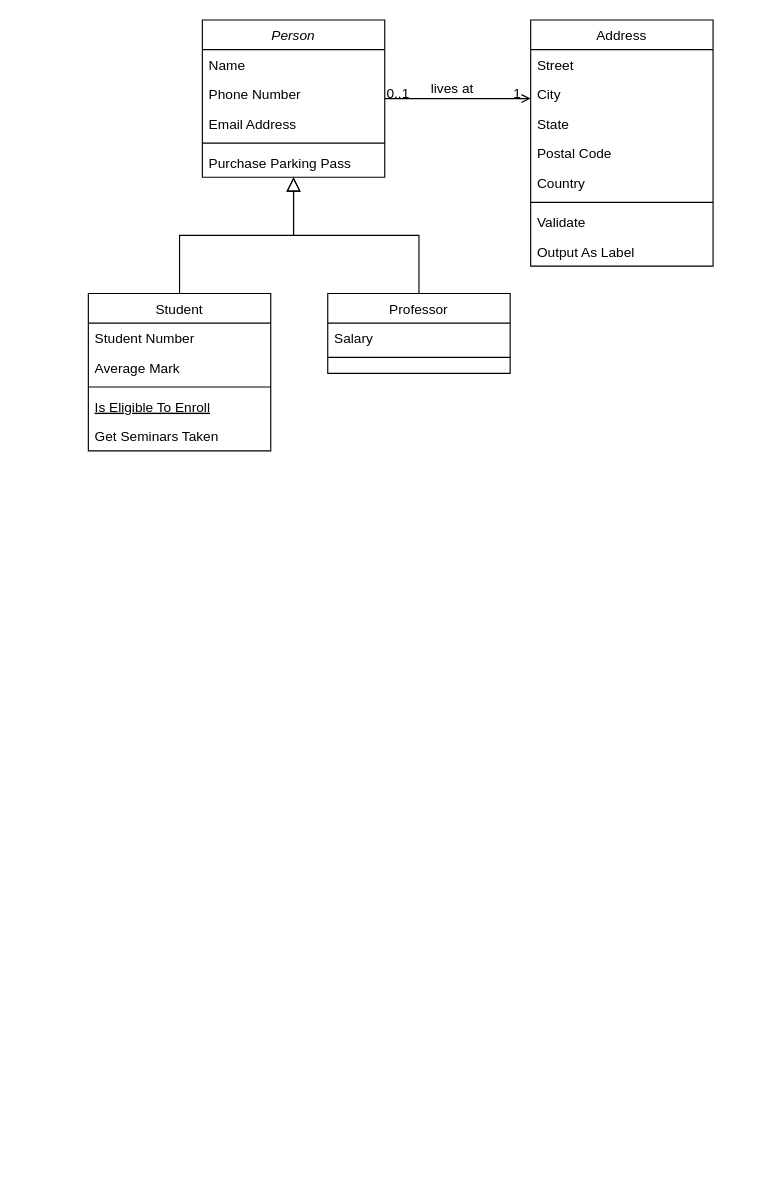
Above: UML_241031.drawio in haje-hwang/TCP-IPING (draw.io), before the change. Source tidied: cells renumbered, new cells numbered last; positions are measured from the earlier drawing's top-left corner, leaving out a move shared by most shapes. Both pictures are drawn from the tidied source at 114%, with x=0, y=0 at pixel (88, 19).
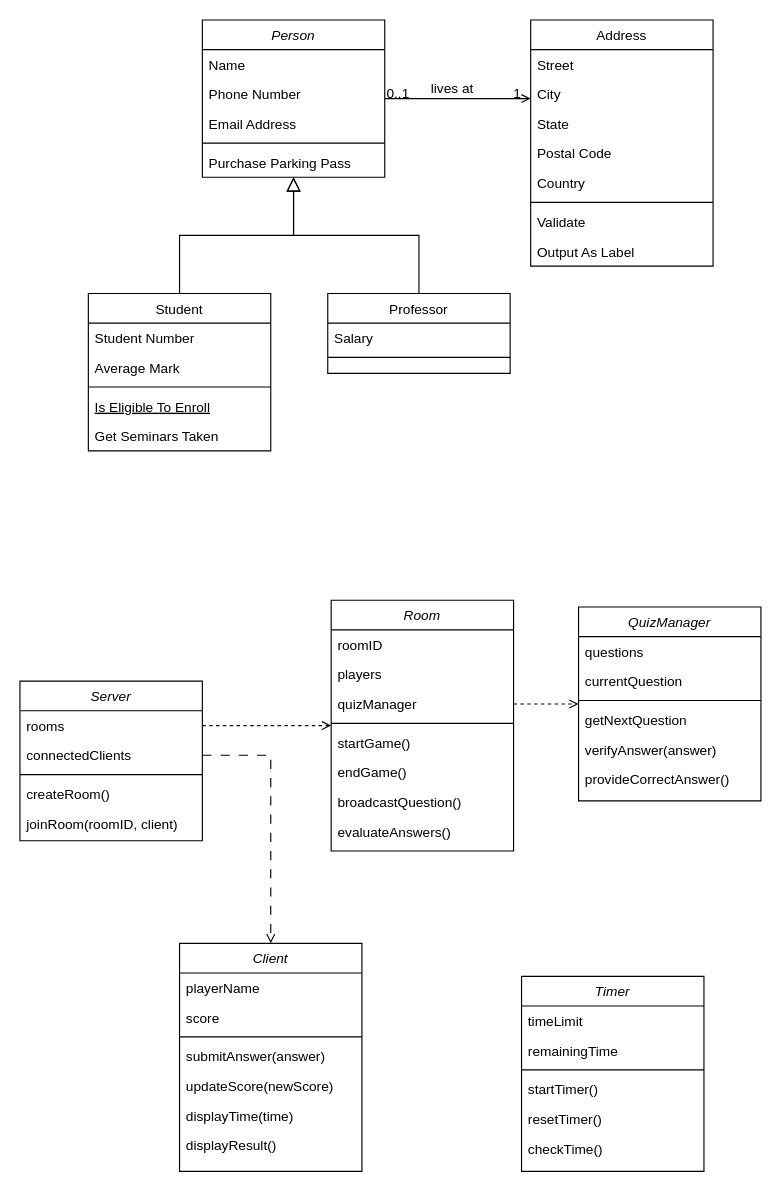
The same page after the edit.

The edit, as a diff of the source:
```diff
@@
+    <mxCell id="32" value="Room" style="swimlane;fontStyle=2;align=center;verticalAlign=top;horizontal=1;startSize=26;rounded=0;shadow=0;strokeWidth=1;" parent="1" vertex="1">
+      <mxGeometry x="213" y="509" width="160" height="220" as="geometry" />
+    </mxCell>
+    <mxCell id="33" value="roomID" style="text;align=left;verticalAlign=top;spacingLeft=4;spacingRight=4;overflow=hidden;" parent="32" vertex="1">
+      <mxGeometry y="26" width="160" height="26" as="geometry" />
+    </mxCell>
+    <mxCell id="34" value="players" style="text;align=left;verticalAlign=top;spacingLeft=4;spacingRight=4;overflow=hidden;rounded=0;shadow=0;html=0;" parent="32" vertex="1">
+      <mxGeometry y="52" width="160" height="26" as="geometry" />
+    </mxCell>
+    <mxCell id="35" value="quizManager" style="text;align=left;verticalAlign=top;spacingLeft=4;spacingRight=4;overflow=hidden;points=[[0,0.5],[1,0.5]];portConstraint=eastwest;rounded=0;shadow=0;html=0;" parent="32" vertex="1">
+      <mxGeometry y="78" width="160" height="26" as="geometry" />
+    </mxCell>
+    <mxCell id="36" style="line;html=1;strokeWidth=1;align=left;verticalAlign=middle;spacingTop=-1;spacingLeft=3;spacingRight=3;labelPosition=right;" parent="32" vertex="1">
+      <mxGeometry y="104" width="160" height="8" as="geometry" />
+    </mxCell>
+    <mxCell id="37" value="startGame()" style="text;align=left;verticalAlign=top;spacingLeft=4;spacingRight=4;overflow=hidden;" parent="32" vertex="1">
+      <mxGeometry y="112" width="160" height="26" as="geometry" />
+    </mxCell>
+    <mxCell id="38" value="endGame()" style="text;align=left;verticalAlign=top;spacingLeft=4;spacingRight=4;overflow=hidden;" parent="32" vertex="1">
+      <mxGeometry y="138" width="160" height="26" as="geometry" />
+    </mxCell>
+    <mxCell id="39" value="broadcastQuestion()" style="text;align=left;verticalAlign=top;spacingLeft=4;spacingRight=4;overflow=hidden;" parent="32" vertex="1">
+      <mxGeometry y="164" width="160" height="26" as="geometry" />
+    </mxCell>
+    <mxCell id="40" value="evaluateAnswers()" style="text;align=left;verticalAlign=top;spacingLeft=4;spacingRight=4;overflow=hidden;" parent="32" vertex="1">
+      <mxGeometry y="190" width="160" height="26" as="geometry" />
+    </mxCell>
+    <mxCell id="41" value="Timer" style="swimlane;fontStyle=2;align=center;verticalAlign=top;horizontal=1;startSize=26;rounded=0;shadow=0;strokeWidth=1;" parent="1" vertex="1">
+      <mxGeometry x="380" y="839" width="160" height="171" as="geometry" />
+    </mxCell>
+    <mxCell id="42" value="timeLimit" style="text;align=left;verticalAlign=top;spacingLeft=4;spacingRight=4;overflow=hidden;" parent="41" vertex="1">
+      <mxGeometry y="26" width="160" height="26" as="geometry" />
+    </mxCell>
+    <mxCell id="43" value="remainingTime" style="text;align=left;verticalAlign=top;spacingLeft=4;spacingRight=4;overflow=hidden;rounded=0;shadow=0;html=0;" parent="41" vertex="1">
+      <mxGeometry y="52" width="160" height="26" as="geometry" />
+    </mxCell>
+    <mxCell id="44" style="line;html=1;strokeWidth=1;align=left;verticalAlign=middle;spacingTop=-1;spacingLeft=3;spacingRight=3;labelPosition=right;" parent="41" vertex="1">
+      <mxGeometry y="78" width="160" height="8" as="geometry" />
+    </mxCell>
+    <mxCell id="45" value="startTimer()" style="text;align=left;verticalAlign=top;spacingLeft=4;spacingRight=4;overflow=hidden;" parent="41" vertex="1">
+      <mxGeometry y="86" width="160" height="26" as="geometry" />
+    </mxCell>
+    <mxCell id="46" value="resetTimer()" style="text;align=left;verticalAlign=top;spacingLeft=4;spacingRight=4;overflow=hidden;" parent="41" vertex="1">
+      <mxGeometry y="112" width="160" height="26" as="geometry" />
+    </mxCell>
+    <mxCell id="47" value="checkTime()" style="text;align=left;verticalAlign=top;spacingLeft=4;spacingRight=4;overflow=hidden;" parent="41" vertex="1">
+      <mxGeometry y="138" width="160" height="26" as="geometry" />
+    </mxCell>
+    <mxCell id="48" value="Server" style="swimlane;fontStyle=2;align=center;verticalAlign=top;horizontal=1;startSize=26;rounded=0;shadow=0;strokeWidth=1;" parent="1" vertex="1">
+      <mxGeometry x="-60" y="580" width="160" height="140" as="geometry" />
+    </mxCell>
+    <mxCell id="49" value="rooms" style="text;align=left;verticalAlign=top;spacingLeft=4;spacingRight=4;overflow=hidden;points=[[0,0.5],[1,0.5]];portConstraint=eastwest;" parent="48" vertex="1">
+      <mxGeometry y="26" width="160" height="26" as="geometry" />
+    </mxCell>
+    <mxCell id="50" value="connectedClients" style="text;align=left;verticalAlign=top;spacingLeft=4;spacingRight=4;overflow=hidden;points=[[0,0.5],[1,0.5]];portConstraint=eastwest;rounded=0;shadow=0;html=0;" parent="48" vertex="1">
+      <mxGeometry y="52" width="160" height="26" as="geometry" />
+    </mxCell>
+    <mxCell id="51" style="line;html=1;strokeWidth=1;align=left;verticalAlign=middle;spacingTop=-1;spacingLeft=3;spacingRight=3;labelPosition=right;" parent="48" vertex="1">
+      <mxGeometry y="78" width="160" height="8" as="geometry" />
+    </mxCell>
+    <mxCell id="52" value="createRoom()" style="text;align=left;verticalAlign=top;spacingLeft=4;spacingRight=4;overflow=hidden;" parent="48" vertex="1">
+      <mxGeometry y="86" width="160" height="26" as="geometry" />
+    </mxCell>
+    <mxCell id="53" value="joinRoom(roomID, client)" style="text;align=left;verticalAlign=top;spacingLeft=4;spacingRight=4;overflow=hidden;" parent="48" vertex="1">
+      <mxGeometry y="112" width="160" height="26" as="geometry" />
+    </mxCell>
+    <mxCell id="54" value="Client" style="swimlane;fontStyle=2;align=center;verticalAlign=top;horizontal=1;startSize=26;rounded=0;shadow=0;strokeWidth=1;" parent="1" vertex="1">
+      <mxGeometry x="80" y="810" width="160" height="200" as="geometry" />
+    </mxCell>
+    <mxCell id="55" value="playerName" style="text;align=left;verticalAlign=top;spacingLeft=4;spacingRight=4;overflow=hidden;" parent="54" vertex="1">
+      <mxGeometry y="26" width="160" height="26" as="geometry" />
+    </mxCell>
+    <mxCell id="56" value="score" style="text;align=left;verticalAlign=top;spacingLeft=4;spacingRight=4;overflow=hidden;rounded=0;shadow=0;html=0;" parent="54" vertex="1">
+      <mxGeometry y="52" width="160" height="26" as="geometry" />
+    </mxCell>
+    <mxCell id="57" style="line;html=1;strokeWidth=1;align=left;verticalAlign=middle;spacingTop=-1;spacingLeft=3;spacingRight=3;labelPosition=right;" parent="54" vertex="1">
+      <mxGeometry y="78" width="160" height="8" as="geometry" />
+    </mxCell>
+    <mxCell id="58" value="submitAnswer(answer)" style="text;align=left;verticalAlign=top;spacingLeft=4;spacingRight=4;overflow=hidden;" parent="54" vertex="1">
+      <mxGeometry y="86" width="160" height="26" as="geometry" />
+    </mxCell>
+    <mxCell id="59" value="updateScore(newScore)" style="text;align=left;verticalAlign=top;spacingLeft=4;spacingRight=4;overflow=hidden;" parent="54" vertex="1">
+      <mxGeometry y="112" width="160" height="26" as="geometry" />
+    </mxCell>
+    <mxCell id="60" value="displayTime(time)" style="text;align=left;verticalAlign=top;spacingLeft=4;spacingRight=4;overflow=hidden;" parent="54" vertex="1">
+      <mxGeometry y="138" width="160" height="26" as="geometry" />
+    </mxCell>
+    <mxCell id="61" value="displayResult()" style="text;align=left;verticalAlign=top;spacingLeft=4;spacingRight=4;overflow=hidden;" parent="54" vertex="1">
+      <mxGeometry y="164" width="160" height="26" as="geometry" />
+    </mxCell>
+    <mxCell id="62" style="edgeStyle=orthogonalEdgeStyle;rounded=0;jettySize=auto;html=1;dashed=1;endArrow=open;endFill=0;" parent="1" edge="1" source="35" target="65">
+      <mxGeometry relative="1" as="geometry" />
+    </mxCell>
+    <mxCell id="63" style="edgeStyle=orthogonalEdgeStyle;rounded=0;jettySize=auto;html=1;dashed=1;endArrow=open;endFill=0;" parent="1" edge="1" source="49" target="32">
+      <mxGeometry relative="1" as="geometry" />
+    </mxCell>
+    <mxCell id="64" style="edgeStyle=orthogonalEdgeStyle;rounded=0;jettySize=auto;html=1;dashed=1;dashPattern=8 8;endArrow=open;endFill=0;" parent="1" edge="1" source="50" target="54">
+      <mxGeometry relative="1" as="geometry" />
+    </mxCell>
+    <mxCell id="65" value="QuizManager" style="swimlane;fontStyle=2;align=center;verticalAlign=top;horizontal=1;startSize=26;rounded=0;shadow=0;strokeWidth=1;" parent="1" vertex="1">
+      <mxGeometry x="430" y="515" width="160" height="170" as="geometry" />
+    </mxCell>
+    <mxCell id="66" value="questions" style="text;align=left;verticalAlign=top;spacingLeft=4;spacingRight=4;overflow=hidden;" parent="65" vertex="1">
+      <mxGeometry y="26" width="160" height="26" as="geometry" />
+    </mxCell>
+    <mxCell id="67" value="currentQuestion" style="text;align=left;verticalAlign=top;spacingLeft=4;spacingRight=4;overflow=hidden;rounded=0;shadow=0;html=0;" parent="65" vertex="1">
+      <mxGeometry y="52" width="160" height="26" as="geometry" />
+    </mxCell>
+    <mxCell id="68" style="line;html=1;strokeWidth=1;align=left;verticalAlign=middle;spacingTop=-1;spacingLeft=3;spacingRight=3;labelPosition=right;" parent="65" vertex="1">
+      <mxGeometry y="78" width="160" height="8" as="geometry" />
+    </mxCell>
+    <mxCell id="69" value="getNextQuestion" style="text;align=left;verticalAlign=top;spacingLeft=4;spacingRight=4;overflow=hidden;" parent="65" vertex="1">
+      <mxGeometry y="86" width="160" height="26" as="geometry" />
+    </mxCell>
+    <mxCell id="70" value="verifyAnswer(answer)" style="text;align=left;verticalAlign=top;spacingLeft=4;spacingRight=4;overflow=hidden;" parent="65" vertex="1">
+      <mxGeometry y="112" width="160" height="26" as="geometry" />
+    </mxCell>
+    <mxCell id="71" value="provideCorrectAnswer()" style="text;align=left;verticalAlign=top;spacingLeft=4;spacingRight=4;overflow=hidden;" parent="65" vertex="1">
+      <mxGeometry y="138" width="160" height="26" as="geometry" />
+    </mxCell>
```
